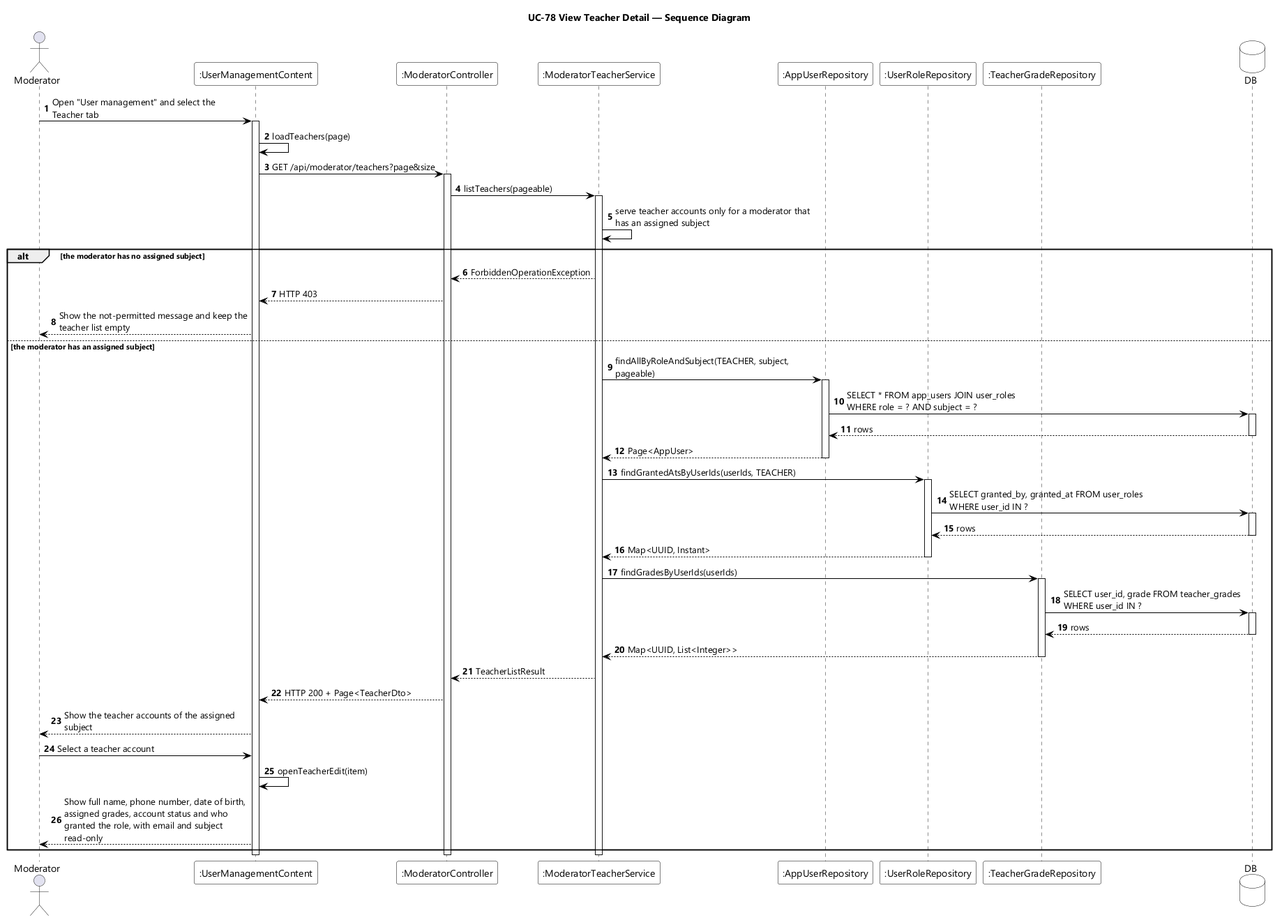
Before: designs/sds-diagrams/uc78/uc78-sequence-diagram.png, a diagram exported from PlantUML (EduA-system/EduA-system). The source it was exported from:
```plantuml
@startuml UC-78 View Teacher Detail - Sequence Diagram
skinparamlocked dpi 96
skinparam defaultFontName "Segoe UI"
skinparam shadowing false
skinparam ParticipantBackgroundColor #FFFFFF
skinparam ParticipantBorderColor #000000
skinparam DatabaseBackgroundColor #FFFFFF
skinparam DatabaseBorderColor #000000
skinparam ArrowColor #000000
skinparam sequenceMessageAlign left
skinparam maxMessageSize 280
title UC-78 View Teacher Detail — Sequence Diagram

actor Moderator
participant ":UserManagementContent" as UI
participant ":ModeratorController" as CTL
participant ":ModeratorTeacherService" as SVC
participant ":AppUserRepository" as USERS
participant ":UserRoleRepository" as ROLES
participant ":TeacherGradeRepository" as GRADES
database DB

autonumber
Moderator -> UI : Open "User management" and select the Teacher tab
activate UI
UI -> UI : loadTeachers(page)
UI -> CTL : GET /api/moderator/teachers?page&size
activate CTL
CTL -> SVC : listTeachers(pageable)
activate SVC
SVC -> SVC : serve teacher accounts only for a moderator that has an assigned subject

alt the moderator has no assigned subject
  SVC --> CTL : ForbiddenOperationException
  CTL --> UI : HTTP 403
  UI --> Moderator : Show the not-permitted message and keep the teacher list empty
else the moderator has an assigned subject
  SVC -> USERS : findAllByRoleAndSubject(TEACHER, subject, pageable)
  activate USERS
  USERS -> DB : SELECT * FROM app_users JOIN user_roles WHERE role = ? AND subject = ?
  activate DB
  DB --> USERS : rows
  deactivate DB
  USERS --> SVC : Page<AppUser>
  deactivate USERS
  SVC -> ROLES : findGrantedAtsByUserIds(userIds, TEACHER)
  activate ROLES
  ROLES -> DB : SELECT granted_by, granted_at FROM user_roles WHERE user_id IN ?
  activate DB
  DB --> ROLES : rows
  deactivate DB
  ROLES --> SVC : Map<UUID, Instant>
  deactivate ROLES
  SVC -> GRADES : findGradesByUserIds(userIds)
  activate GRADES
  GRADES -> DB : SELECT user_id, grade FROM teacher_grades WHERE user_id IN ?
  activate DB
  DB --> GRADES : rows
  deactivate DB
  GRADES --> SVC : Map<UUID, List<Integer>>
  deactivate GRADES
  SVC --> CTL : TeacherListResult
  CTL --> UI : HTTP 200 + Page<TeacherDto>
  UI --> Moderator : Show the teacher accounts of the assigned subject
  Moderator -> UI : Select a teacher account
  UI -> UI : openTeacherEdit(item)
  UI --> Moderator : Show full name, phone number, date of birth, assigned grades, account status and who granted the role, with email and subject read-only
end
deactivate SVC
deactivate CTL
deactivate UI
@enduml
```
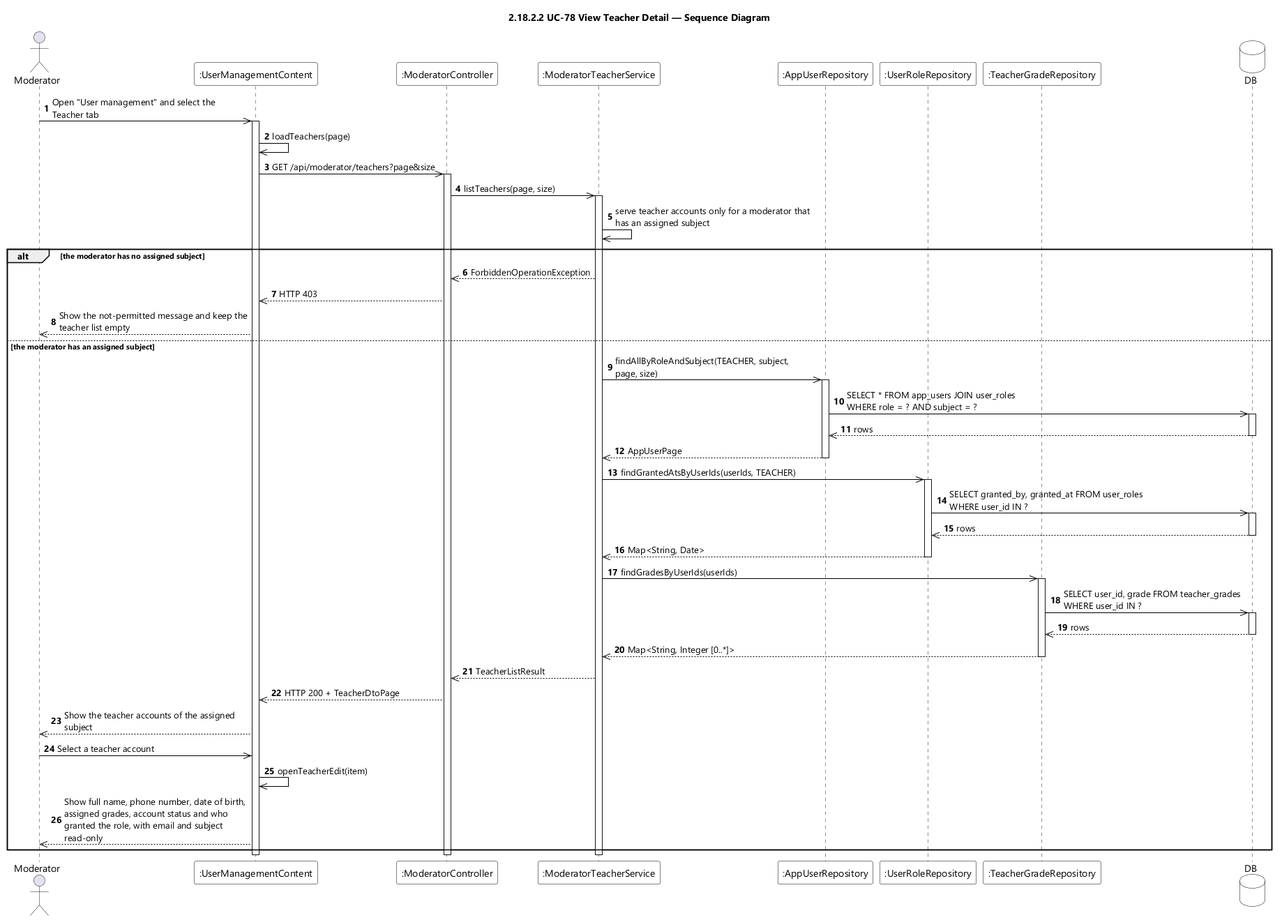
Above is the later version.

Diff of the diagram source:
```diff
@@ -9,7 +9,7 @@
 skinparam ArrowColor #000000
 skinparam sequenceMessageAlign left
 skinparam maxMessageSize 280
-title UC-78 View Teacher Detail — Sequence Diagram
+title 2.18.2.2 UC-78 View Teacher Detail — Sequence Diagram
 
 actor Moderator
 participant ":UserManagementContent" as UI
@@ -21,50 +21,50 @@
 database DB
 
 autonumber
-Moderator -> UI : Open "User management" and select the Teacher tab
+Moderator ->> UI : Open "User management" and select the Teacher tab
 activate UI
-UI -> UI : loadTeachers(page)
-UI -> CTL : GET /api/moderator/teachers?page&size
+UI ->> UI : loadTeachers(page)
+UI ->> CTL : GET /api/moderator/teachers?page&size
 activate CTL
-CTL -> SVC : listTeachers(pageable)
+CTL ->> SVC : listTeachers(page, size)
 activate SVC
-SVC -> SVC : serve teacher accounts only for a moderator that has an assigned subject
+SVC ->> SVC : serve teacher accounts only for a moderator that has an assigned subject
 
 alt the moderator has no assigned subject
-  SVC --> CTL : ForbiddenOperationException
-  CTL --> UI : HTTP 403
-  UI --> Moderator : Show the not-permitted message and keep the teacher list empty
+  SVC -->> CTL : ForbiddenOperationException
+  CTL -->> UI : HTTP 403
+  UI -->> Moderator : Show the not-permitted message and keep the teacher list empty
 else the moderator has an assigned subject
-  SVC -> USERS : findAllByRoleAndSubject(TEACHER, subject, pageable)
+  SVC ->> USERS : findAllByRoleAndSubject(TEACHER, subject, page, size)
   activate USERS
-  USERS -> DB : SELECT * FROM app_users JOIN user_roles WHERE role = ? AND subject = ?
+  USERS ->> DB : SELECT * FROM app_users JOIN user_roles WHERE role = ? AND subject = ?
   activate DB
-  DB --> USERS : rows
+  DB -->> USERS : rows
   deactivate DB
-  USERS --> SVC : Page<AppUser>
+  USERS -->> SVC : AppUserPage
   deactivate USERS
-  SVC -> ROLES : findGrantedAtsByUserIds(userIds, TEACHER)
+  SVC ->> ROLES : findGrantedAtsByUserIds(userIds, TEACHER)
   activate ROLES
-  ROLES -> DB : SELECT granted_by, granted_at FROM user_roles WHERE user_id IN ?
+  ROLES ->> DB : SELECT granted_by, granted_at FROM user_roles WHERE user_id IN ?
   activate DB
-  DB --> ROLES : rows
+  DB -->> ROLES : rows
   deactivate DB
-  ROLES --> SVC : Map<UUID, Instant>
+  ROLES -->> SVC : Map<String, Date>
   deactivate ROLES
-  SVC -> GRADES : findGradesByUserIds(userIds)
+  SVC ->> GRADES : findGradesByUserIds(userIds)
   activate GRADES
-  GRADES -> DB : SELECT user_id, grade FROM teacher_grades WHERE user_id IN ?
+  GRADES ->> DB : SELECT user_id, grade FROM teacher_grades WHERE user_id IN ?
   activate DB
-  DB --> GRADES : rows
+  DB -->> GRADES : rows
   deactivate DB
-  GRADES --> SVC : Map<UUID, List<Integer>>
+  GRADES -->> SVC : Map<String, Integer [0..*]>
   deactivate GRADES
-  SVC --> CTL : TeacherListResult
-  CTL --> UI : HTTP 200 + Page<TeacherDto>
-  UI --> Moderator : Show the teacher accounts of the assigned subject
-  Moderator -> UI : Select a teacher account
-  UI -> UI : openTeacherEdit(item)
-  UI --> Moderator : Show full name, phone number, date of birth, assigned grades, account status and who granted the role, with email and subject read-only
+  SVC -->> CTL : TeacherListResult
+  CTL -->> UI : HTTP 200 + TeacherDtoPage
+  UI -->> Moderator : Show the teacher accounts of the assigned subject
+  Moderator ->> UI : Select a teacher account
+  UI ->> UI : openTeacherEdit(item)
+  UI -->> Moderator : Show full name, phone number, date of birth, assigned grades, account status and who granted the role, with email and subject read-only
 end
 deactivate SVC
 deactivate CTL
```
